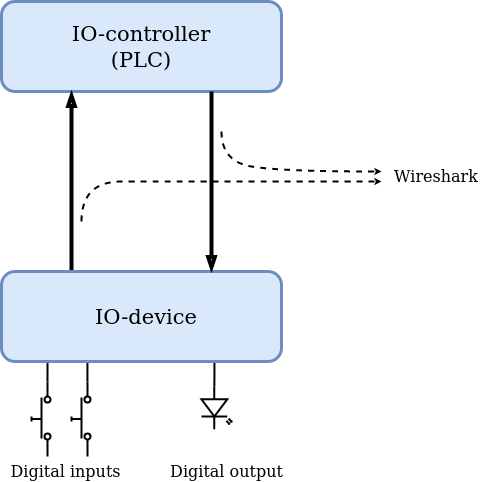
Earlier version of the draw.io export doc/illustrations/TutorialOverview.png (rtlabs-com/p-net). Source tidied: cells renumbered, new cells last; positions are measured from the earlier drawing's top-left corner, leaving out a move shared by most shapes. Source of this version:
```xml
<mxGraphModel>
  <root>
    <mxCell id="0" />
    <mxCell id="1" parent="0" />
    <mxCell id="2" style="group;" parent="1" vertex="1">
      <mxGeometry x="31" y="310" width="19" height="145" as="geometry" />
    </mxCell>
    <mxCell id="3" style="verticalLabelPosition=bottom;shadow=0;dashed=0;align=center;html=1;verticalAlign=top;shape=mxgraph.electrical.electro-mechanical.push_switch_no;direction=north;strokeWidth=2;perimeterSpacing=0;" parent="2" vertex="1">
      <mxGeometry y="70" width="19" height="75" as="geometry" />
    </mxCell>
    <mxCell id="4" style="endArrow=none;html=1;strokeWidth=2;fontFamily=Helvetica;fontSize=21;entryX=1;entryY=0.84;entryDx=0;entryDy=0;entryPerimeter=0;" parent="2" edge="1" target="3">
      <mxGeometry relative="1" as="geometry">
        <mxPoint x="16" as="sourcePoint" />
      </mxGeometry>
    </mxCell>
    <mxCell id="5" style="group;" parent="1" vertex="1">
      <mxGeometry x="71" y="310" width="19" height="145" as="geometry" />
    </mxCell>
    <mxCell id="6" style="verticalLabelPosition=bottom;shadow=0;dashed=0;align=center;html=1;verticalAlign=top;shape=mxgraph.electrical.electro-mechanical.push_switch_no;direction=north;strokeWidth=2;perimeterSpacing=0;" parent="5" vertex="1">
      <mxGeometry y="70" width="19" height="75" as="geometry" />
    </mxCell>
    <mxCell id="7" style="endArrow=none;html=1;strokeWidth=2;fontFamily=Helvetica;fontSize=21;entryX=1;entryY=0.84;entryDx=0;entryDy=0;entryPerimeter=0;" parent="5" edge="1" target="6">
      <mxGeometry relative="1" as="geometry">
        <mxPoint x="16" as="sourcePoint" />
      </mxGeometry>
    </mxCell>
    <mxCell id="8" style="group;" parent="1" vertex="1">
      <mxGeometry x="201" y="335" width="30" height="92.9" as="geometry" />
    </mxCell>
    <mxCell id="9" style="verticalLabelPosition=bottom;shadow=0;dashed=0;align=center;html=1;verticalAlign=top;shape=mxgraph.electrical.opto_electronics.led_2;direction=south;strokeWidth=2;" parent="8" vertex="1">
      <mxGeometry y="50" width="30" height="42.9" as="geometry" />
    </mxCell>
    <mxCell id="10" style="endArrow=none;html=1;strokeWidth=2;fontFamily=Helvetica;fontSize=21;entryX=0;entryY=0.57;entryDx=0;entryDy=0;entryPerimeter=0;" parent="8" edge="1" target="9">
      <mxGeometry relative="1" as="geometry">
        <mxPoint x="13" as="sourcePoint" />
      </mxGeometry>
    </mxCell>
    <mxCell id="11" style="rounded=1;whiteSpace=wrap;html=1;fillColor=#dae8fc;strokeColor=#6c8ebf;strokeWidth=3;" parent="1" vertex="1">
      <mxGeometry x="1" width="280" height="90" as="geometry" />
    </mxCell>
    <mxCell id="12" style="edgeStyle=none;rounded=0;jettySize=auto;html=1;exitX=0.25;exitY=0;exitDx=0;exitDy=0;entryX=0.25;entryY=1;entryDx=0;entryDy=0;strokeWidth=4;endArrow=blockThin;endFill=0;" parent="1" edge="1" source="13" target="11">
      <mxGeometry relative="1" as="geometry" />
    </mxCell>
    <mxCell id="13" style="rounded=1;whiteSpace=wrap;html=1;fillColor=#dae8fc;strokeColor=#6c8ebf;strokeWidth=3;" parent="1" vertex="1">
      <mxGeometry x="1" y="270" width="280" height="90" as="geometry" />
    </mxCell>
    <mxCell id="14" style="edgeStyle=none;rounded=0;jettySize=auto;html=1;exitX=0.75;exitY=1;exitDx=0;exitDy=0;entryX=0.75;entryY=0;entryDx=0;entryDy=0;strokeWidth=4;endArrow=blockThin;endFill=0;" parent="1" edge="1" source="11" target="13">
      <mxGeometry relative="1" as="geometry" />
    </mxCell>
    <mxCell id="15" style="curved=1;endArrow=classic;html=1;strokeWidth=2;startSize=2;endSize=1;dashed=1;" parent="1" edge="1">
      <mxGeometry relative="1" as="geometry">
        <mxPoint x="221" y="130" as="sourcePoint" />
        <mxPoint x="381" y="170" as="targetPoint" />
        <Array as="points">
          <mxPoint x="221" y="160" />
          <mxPoint x="281" y="170" />
        </Array>
      </mxGeometry>
    </mxCell>
    <mxCell id="16" style="curved=1;endArrow=classic;html=1;strokeWidth=2;startSize=2;endSize=1;dashed=1;" parent="1" edge="1">
      <mxGeometry relative="1" as="geometry">
        <mxPoint x="81" y="220" as="sourcePoint" />
        <mxPoint x="381" y="180" as="targetPoint" />
        <Array as="points">
          <mxPoint x="81" y="180" />
          <mxPoint x="161" y="180" />
        </Array>
      </mxGeometry>
    </mxCell>
    <mxCell id="17" value="&lt;font face=&quot;Helvetica&quot;&gt;Wireshark&lt;/font&gt;" style="text;html=1;strokeColor=none;fillColor=none;align=center;verticalAlign=middle;whiteSpace=wrap;rounded=0;flipH=0;flipV=1;fontSize=16;fontFamily=Helvetica;fontStyle=0;" parent="1" vertex="1">
      <mxGeometry x="391" y="160" width="90" height="30" as="geometry" />
    </mxCell>
    <mxCell id="18" value="IO-controller (PLC)" style="text;html=1;strokeColor=none;fillColor=none;align=center;verticalAlign=middle;whiteSpace=wrap;rounded=0;fontFamily=Helvetica;fontSize=21;" parent="1" vertex="1">
      <mxGeometry x="51" y="25" width="180" height="40" as="geometry" />
    </mxCell>
    <mxCell id="19" value="IO-device" style="text;html=1;strokeColor=none;fillColor=none;align=center;verticalAlign=middle;whiteSpace=wrap;rounded=0;fontFamily=Helvetica;fontSize=21;" parent="1" vertex="1">
      <mxGeometry x="56" y="295" width="180" height="40" as="geometry" />
    </mxCell>
    <mxCell id="20" value="Digital inputs" style="text;html=1;strokeColor=none;fillColor=none;align=center;verticalAlign=middle;whiteSpace=wrap;rounded=0;flipH=0;flipV=1;fontSize=16;fontFamily=Helvetica;fontStyle=0;" parent="1" vertex="1">
      <mxGeometry y="460" width="131" height="20" as="geometry" />
    </mxCell>
    <mxCell id="21" value="Digital output" style="text;html=1;strokeColor=none;fillColor=none;align=center;verticalAlign=middle;whiteSpace=wrap;rounded=0;flipH=0;flipV=1;fontSize=16;fontFamily=Helvetica;fontStyle=0;" parent="1" vertex="1">
      <mxGeometry x="161" y="460" width="131" height="20" as="geometry" />
    </mxCell>
  </root>
</mxGraphModel>
```
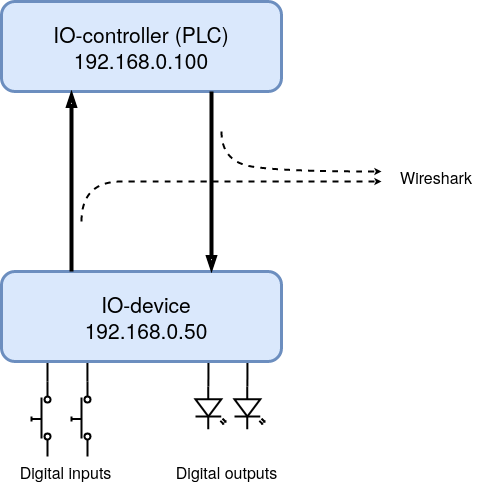
The same file after the commit.

The edit, as a diff of the source:
```diff
@@ -25,7 +25,7 @@
       </mxGeometry>
     </mxCell>
     <mxCell id="8" style="group;" parent="1" vertex="1">
-      <mxGeometry x="201" y="335" width="30" height="92.9" as="geometry" />
+      <mxGeometry x="195" y="335" width="30" height="92.9" as="geometry" />
     </mxCell>
     <mxCell id="9" style="verticalLabelPosition=bottom;shadow=0;dashed=0;align=center;html=1;verticalAlign=top;shape=mxgraph.electrical.opto_electronics.led_2;direction=south;strokeWidth=2;" parent="8" vertex="1">
       <mxGeometry y="50" width="30" height="42.9" as="geometry" />
@@ -35,15 +35,26 @@
         <mxPoint x="13" as="sourcePoint" />
       </mxGeometry>
     </mxCell>
+    <mxCell id="22" style="group;" parent="1" vertex="1">
+      <mxGeometry x="234" y="335" width="30" height="92.9" as="geometry" />
+    </mxCell>
+    <mxCell id="23" style="verticalLabelPosition=bottom;shadow=0;dashed=0;align=center;html=1;verticalAlign=top;shape=mxgraph.electrical.opto_electronics.led_2;direction=south;strokeWidth=2;" parent="22" vertex="1">
+      <mxGeometry y="50" width="30" height="42.9" as="geometry" />
+    </mxCell>
+    <mxCell id="24" style="endArrow=none;html=1;strokeWidth=2;fontFamily=Helvetica;fontSize=21;entryX=0;entryY=0.57;entryDx=0;entryDy=0;entryPerimeter=0;" parent="22" edge="1" target="23">
+      <mxGeometry relative="1" as="geometry">
+        <mxPoint x="13" as="sourcePoint" />
+      </mxGeometry>
+    </mxCell>
+    <mxCell id="13" style="rounded=1;whiteSpace=wrap;html=1;fillColor=#dae8fc;strokeColor=#6c8ebf;strokeWidth=3;" parent="1" vertex="1">
+      <mxGeometry x="1" y="270" width="280" height="90" as="geometry" />
+    </mxCell>
     <mxCell id="11" style="rounded=1;whiteSpace=wrap;html=1;fillColor=#dae8fc;strokeColor=#6c8ebf;strokeWidth=3;" parent="1" vertex="1">
       <mxGeometry x="1" width="280" height="90" as="geometry" />
     </mxCell>
     <mxCell id="12" style="edgeStyle=none;rounded=0;jettySize=auto;html=1;exitX=0.25;exitY=0;exitDx=0;exitDy=0;entryX=0.25;entryY=1;entryDx=0;entryDy=0;strokeWidth=4;endArrow=blockThin;endFill=0;" parent="1" edge="1" source="13" target="11">
       <mxGeometry relative="1" as="geometry" />
     </mxCell>
-    <mxCell id="13" style="rounded=1;whiteSpace=wrap;html=1;fillColor=#dae8fc;strokeColor=#6c8ebf;strokeWidth=3;" parent="1" vertex="1">
-      <mxGeometry x="1" y="270" width="280" height="90" as="geometry" />
-    </mxCell>
     <mxCell id="14" style="edgeStyle=none;rounded=0;jettySize=auto;html=1;exitX=0.75;exitY=1;exitDx=0;exitDy=0;entryX=0.75;entryY=0;entryDx=0;entryDy=0;strokeWidth=4;endArrow=blockThin;endFill=0;" parent="1" edge="1" source="11" target="13">
       <mxGeometry relative="1" as="geometry" />
     </mxCell>
@@ -70,16 +81,16 @@
     <mxCell id="17" value="&lt;font face=&quot;Helvetica&quot;&gt;Wireshark&lt;/font&gt;" style="text;html=1;strokeColor=none;fillColor=none;align=center;verticalAlign=middle;whiteSpace=wrap;rounded=0;flipH=0;flipV=1;fontSize=16;fontFamily=Helvetica;fontStyle=0;" parent="1" vertex="1">
       <mxGeometry x="391" y="160" width="90" height="30" as="geometry" />
     </mxCell>
-    <mxCell id="18" value="IO-controller (PLC)" style="text;html=1;strokeColor=none;fillColor=none;align=center;verticalAlign=middle;whiteSpace=wrap;rounded=0;fontFamily=Helvetica;fontSize=21;" parent="1" vertex="1">
+    <mxCell id="18" value="&lt;div&gt;IO-controller (PLC)&lt;/div&gt;192.168.0.100" style="text;html=1;strokeColor=none;fillColor=none;align=center;verticalAlign=middle;whiteSpace=wrap;rounded=0;fontFamily=Helvetica;fontSize=21;" parent="1" vertex="1">
       <mxGeometry x="51" y="25" width="180" height="40" as="geometry" />
     </mxCell>
-    <mxCell id="19" value="IO-device" style="text;html=1;strokeColor=none;fillColor=none;align=center;verticalAlign=middle;whiteSpace=wrap;rounded=0;fontFamily=Helvetica;fontSize=21;" parent="1" vertex="1">
+    <mxCell id="19" value="IO-device&lt;br&gt;192.168.0.50" style="text;html=1;strokeColor=none;fillColor=none;align=center;verticalAlign=middle;whiteSpace=wrap;rounded=0;fontFamily=Helvetica;fontSize=21;" parent="1" vertex="1">
       <mxGeometry x="56" y="295" width="180" height="40" as="geometry" />
     </mxCell>
     <mxCell id="20" value="Digital inputs" style="text;html=1;strokeColor=none;fillColor=none;align=center;verticalAlign=middle;whiteSpace=wrap;rounded=0;flipH=0;flipV=1;fontSize=16;fontFamily=Helvetica;fontStyle=0;" parent="1" vertex="1">
       <mxGeometry y="460" width="131" height="20" as="geometry" />
     </mxCell>
-    <mxCell id="21" value="Digital output" style="text;html=1;strokeColor=none;fillColor=none;align=center;verticalAlign=middle;whiteSpace=wrap;rounded=0;flipH=0;flipV=1;fontSize=16;fontFamily=Helvetica;fontStyle=0;" parent="1" vertex="1">
+    <mxCell id="21" value="Digital outputs" style="text;html=1;strokeColor=none;fillColor=none;align=center;verticalAlign=middle;whiteSpace=wrap;rounded=0;flipH=0;flipV=1;fontSize=16;fontFamily=Helvetica;fontStyle=0;" parent="1" vertex="1">
       <mxGeometry x="161" y="460" width="131" height="20" as="geometry" />
     </mxCell>
   </root>
```
